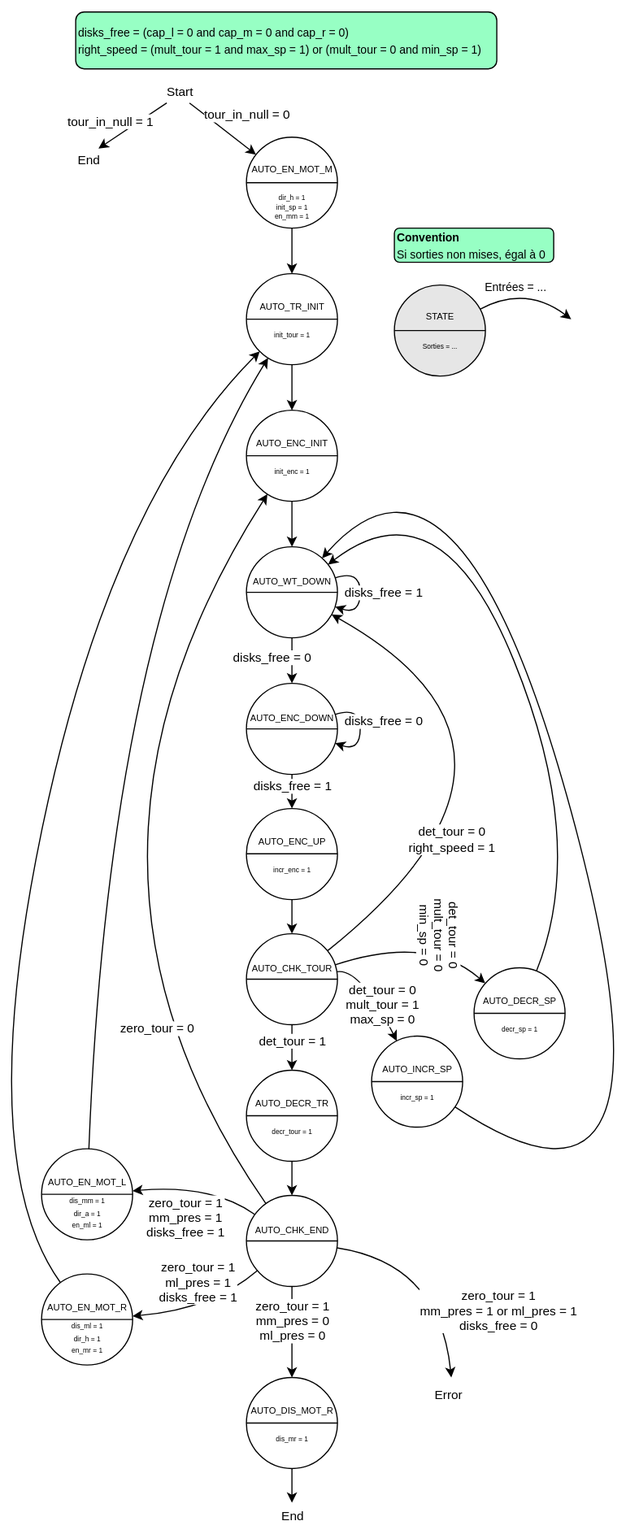
Above: doc/images/state_auto_sequence.svg in Schokiiiiiiii/csn26 (draw.io), before the change. Source tidied: cells renumbered, new cells last; positions are measured from the earlier drawing's top-left corner, leaving out a move shared by most shapes.
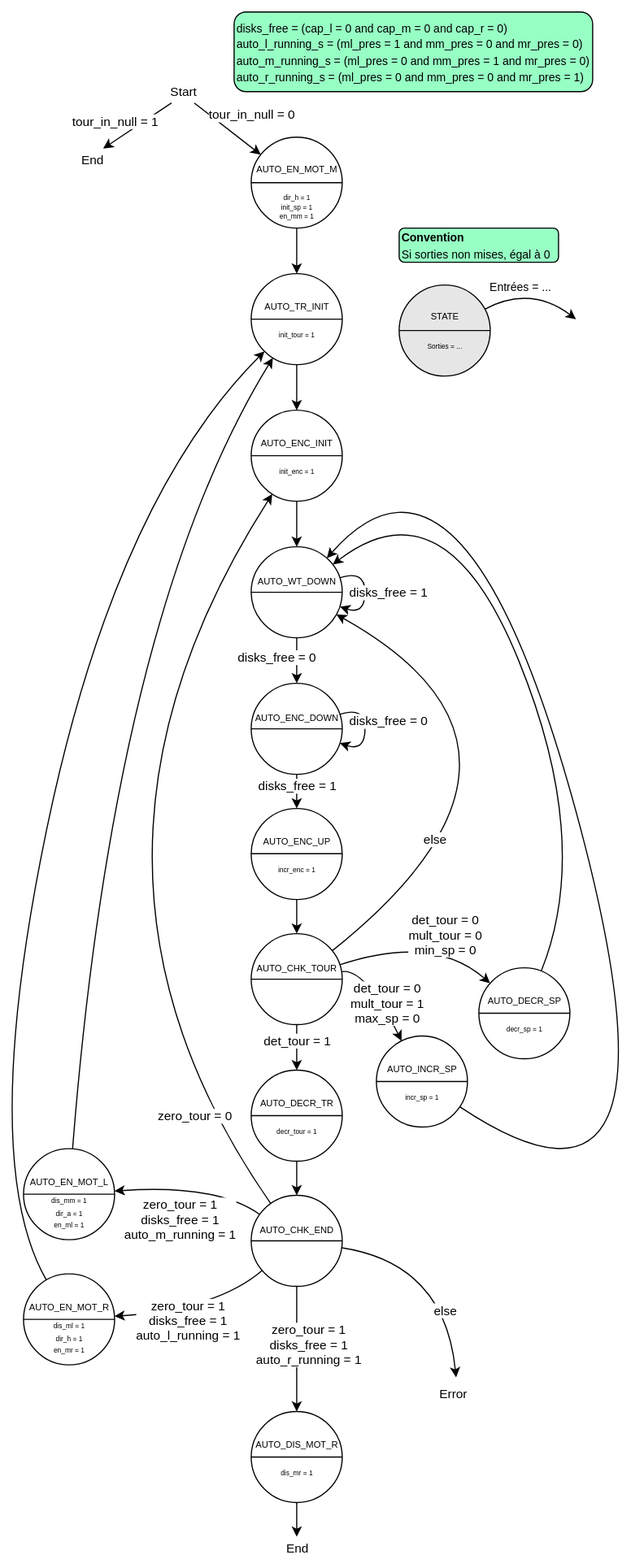
After the change.

What changed in the source:
```diff
@@ -18,8 +18,8 @@
         <mxPoint x="-21" y="-19" as="offset" />
       </mxGeometry>
     </mxCell>
-    <mxCell id="6" value="&lt;font style=&quot;font-size: 10px;&quot;&gt;disks_free =&amp;nbsp;&lt;span style=&quot;background-color: transparent; color: light-dark(rgb(0, 0, 0), rgb(255, 255, 255));&quot;&gt;(cap_l = 0 and cap_m = 0 and cap_r = 0)&lt;br&gt;&lt;/span&gt;&lt;/font&gt;&lt;div&gt;&lt;font style=&quot;font-size: 10px;&quot;&gt;&lt;font style=&quot;&quot;&gt;&lt;span style=&quot;background-color: transparent; color: light-dark(rgb(0, 0, 0), rgb(255, 255, 255));&quot;&gt;right_speed = (&lt;/span&gt;&lt;/font&gt;&lt;span style=&quot;text-align: center; text-wrap-mode: nowrap; background-color: transparent; color: light-dark(rgb(0, 0, 0), rgb(255, 255, 255));&quot;&gt;mult_tour = 1 and max_sp = 1)&amp;nbsp;&lt;/span&gt;&lt;span style=&quot;text-align: center; text-wrap-mode: nowrap; color: light-dark(rgb(0, 0, 0), rgb(255, 255, 255));&quot;&gt;or (mult_tour = 0 and min_sp = 1)&lt;/span&gt;&lt;/font&gt;&lt;/div&gt;" style="rounded=1;whiteSpace=wrap;html=1;align=left;fillColor=#97FFC4;" parent="1" vertex="1">
-      <mxGeometry x="90" width="370" height="50" as="geometry" />
+    <mxCell id="6" value="&lt;font style=&quot;font-size: 10px;&quot;&gt;disks_free =&amp;nbsp;&lt;span style=&quot;background-color: transparent; color: light-dark(rgb(0, 0, 0), rgb(255, 255, 255));&quot;&gt;(cap_l = 0 and cap_m = 0 and cap_r = 0)&lt;br&gt;&lt;/span&gt;&lt;/font&gt;&lt;div&gt;&lt;font style=&quot;&quot;&gt;&lt;font style=&quot;&quot;&gt;&lt;span style=&quot;background-color: transparent; font-size: 10px;&quot;&gt;auto_l_running_s&lt;/span&gt;&lt;span style=&quot;font-size: 10px; background-color: transparent; color: light-dark(rgb(0, 0, 0), rgb(255, 255, 255));&quot;&gt;&amp;nbsp;= (ml_pres = 1 and mm_pres = 0 and mr_pres = 0&lt;/span&gt;&lt;/font&gt;&lt;/font&gt;&lt;span style=&quot;background-color: transparent; color: light-dark(rgb(0, 0, 0), rgb(255, 255, 255)); font-size: 10px;&quot;&gt;)&lt;/span&gt;&lt;/div&gt;&lt;div&gt;&lt;span style=&quot;background-color: transparent; font-size: 10px;&quot;&gt;auto_m_running_s&lt;/span&gt;&lt;span style=&quot;background-color: transparent; color: light-dark(rgb(0, 0, 0), rgb(255, 255, 255)); font-size: 10px;&quot;&gt;&amp;nbsp;= (ml_pres = 0 and mm_pres = 1 and mr_pres = 0)&lt;/span&gt;&lt;/div&gt;&lt;div&gt;&lt;span style=&quot;background-color: transparent; font-size: 10px;&quot;&gt;auto_r_running_s&lt;/span&gt;&lt;span style=&quot;background-color: transparent; color: light-dark(rgb(0, 0, 0), rgb(255, 255, 255)); font-size: 10px;&quot;&gt;&amp;nbsp;= (ml_pres = 0 and mm_pres = 0 and mr_pres = 1)&lt;/span&gt;&lt;/div&gt;" style="rounded=1;whiteSpace=wrap;html=1;align=left;fillColor=#97FFC4;" parent="1" vertex="1">
+      <mxGeometry x="225" width="315" height="70" as="geometry" />
     </mxCell>
     <mxCell id="7" value="&lt;div style=&quot;line-height: 90%;&quot;&gt;&lt;span style=&quot;font-size: 8px; background-color: transparent; color: light-dark(rgb(0, 0, 0), rgb(255, 255, 255));&quot;&gt;STATE&lt;/span&gt;&lt;/div&gt;&lt;div style=&quot;line-height: 90%;&quot;&gt;&lt;span style=&quot;font-size: 8px; background-color: transparent; color: light-dark(rgb(0, 0, 0), rgb(255, 255, 255));&quot;&gt;&lt;br&gt;&lt;/span&gt;&lt;/div&gt;&lt;div style=&quot;line-height: 90%;&quot;&gt;&lt;div&gt;&lt;span style=&quot;font-size: 6px;&quot;&gt;Sorties = ...&lt;/span&gt;&lt;/div&gt;&lt;/div&gt;" style="ellipse;whiteSpace=wrap;html=1;fillColor=#E6E6E6;" parent="1" vertex="1">
       <mxGeometry x="370" y="240" width="80" height="80" as="geometry" />
@@ -105,19 +105,19 @@
       <mxGeometry relative="1" as="geometry" />
     </mxCell>
     <mxCell id="30" value="&lt;div style=&quot;line-height: 90%;&quot;&gt;&lt;span style=&quot;font-size: 8px;&quot;&gt;AUTO_DIS_MOT_R&lt;/span&gt;&lt;/div&gt;&lt;div style=&quot;line-height: 90%;&quot;&gt;&lt;span style=&quot;font-size: 8px; background-color: transparent; color: light-dark(rgb(0, 0, 0), rgb(255, 255, 255));&quot;&gt;&lt;br&gt;&lt;/span&gt;&lt;/div&gt;&lt;div style=&quot;line-height: 70%;&quot;&gt;&lt;span style=&quot;font-size: 6px;&quot;&gt;dis_mr = 1&lt;/span&gt;&lt;/div&gt;" style="ellipse;whiteSpace=wrap;html=1;" parent="1" vertex="1">
-      <mxGeometry x="240" y="1200" width="80" height="80" as="geometry" />
+      <mxGeometry x="240" y="1230" width="80" height="80" as="geometry" />
     </mxCell>
     <mxCell id="31" style="endArrow=none;html=1;rounded=0;exitX=0;exitY=0.5;exitDx=0;exitDy=0;entryX=1;entryY=0.5;entryDx=0;entryDy=0;" parent="1" edge="1" source="30" target="30">
       <mxGeometry relative="1" as="geometry" />
     </mxCell>
     <mxCell id="32" value="&lt;div style=&quot;line-height: 90%;&quot;&gt;&lt;br&gt;&lt;/div&gt;&lt;div style=&quot;line-height: 90%;&quot;&gt;&lt;div style=&quot;line-height: 10.8px;&quot;&gt;&lt;span style=&quot;font-size: 8px; line-height: 20px;&quot;&gt;AUTO_EN_MOT_R&lt;/span&gt;&lt;/div&gt;&lt;div style=&quot;line-height: 8.4px;&quot;&gt;&lt;span style=&quot;font-size: 6px;&quot;&gt;dis_ml = 1&lt;/span&gt;&lt;/div&gt;&lt;div style=&quot;line-height: 8.4px;&quot;&gt;&lt;span style=&quot;font-size: 6px;&quot;&gt;dir_h = 1&lt;/span&gt;&lt;/div&gt;&lt;div style=&quot;line-height: 8.4px;&quot;&gt;&lt;span style=&quot;font-size: 6px;&quot;&gt;en_mr = 1&lt;/span&gt;&lt;/div&gt;&lt;/div&gt;" style="ellipse;whiteSpace=wrap;html=1;" parent="1" vertex="1">
-      <mxGeometry x="60" y="1109" width="80" height="80" as="geometry" />
+      <mxGeometry x="40" y="1109" width="80" height="80" as="geometry" />
     </mxCell>
     <mxCell id="33" style="endArrow=none;html=1;rounded=0;exitX=0;exitY=0.5;exitDx=0;exitDy=0;entryX=1;entryY=0.5;entryDx=0;entryDy=0;" parent="1" edge="1" source="32" target="32">
       <mxGeometry relative="1" as="geometry" />
     </mxCell>
     <mxCell id="34" value="&lt;div style=&quot;line-height: 90%;&quot;&gt;&lt;br&gt;&lt;/div&gt;&lt;div style=&quot;line-height: 90%;&quot;&gt;&lt;span style=&quot;font-size: 8px; line-height: 250%;&quot;&gt;AUTO_EN_MOT_L&lt;/span&gt;&lt;/div&gt;&lt;div style=&quot;line-height: 70%;&quot;&gt;&lt;span style=&quot;font-size: 6px;&quot;&gt;dis_mm = 1&lt;/span&gt;&lt;/div&gt;&lt;div style=&quot;line-height: 70%;&quot;&gt;&lt;span style=&quot;font-size: 6px;&quot;&gt;dir_a = 1&lt;/span&gt;&lt;/div&gt;&lt;div style=&quot;line-height: 70%;&quot;&gt;&lt;span style=&quot;font-size: 6px;&quot;&gt;en_ml = 1&lt;/span&gt;&lt;/div&gt;" style="ellipse;whiteSpace=wrap;html=1;" parent="1" vertex="1">
-      <mxGeometry x="60" y="999" width="80" height="80" as="geometry" />
+      <mxGeometry x="40" y="999" width="80" height="80" as="geometry" />
     </mxCell>
     <mxCell id="35" style="endArrow=none;html=1;rounded=0;exitX=0;exitY=0.5;exitDx=0;exitDy=0;entryX=1;entryY=0.5;entryDx=0;entryDy=0;elbow=horizontal;" parent="1" edge="1" source="34" target="34">
       <mxGeometry relative="1" as="geometry" />
@@ -169,7 +169,7 @@
         </Array>
       </mxGeometry>
     </mxCell>
-    <mxCell id="45" value="&lt;div&gt;det_tour = 0&lt;/div&gt;&lt;div&gt;mult_tour = 0&lt;/div&gt;&lt;div&gt;min_sp = 0&lt;/div&gt;" style="edgeLabel;html=1;align=center;verticalAlign=middle;rotation=90;" parent="44" vertex="1">
+    <mxCell id="45" value="&lt;div&gt;det_tour = 0&lt;/div&gt;&lt;div&gt;mult_tour = 0&lt;/div&gt;&lt;div&gt;min_sp = 0&lt;/div&gt;" style="edgeLabel;html=1;align=center;verticalAlign=middle;rotation=0;" parent="44" vertex="1">
       <mxGeometry x="0.39" y="-9" relative="1" as="geometry">
         <mxPoint x="1" y="-19" as="offset" />
       </mxGeometry>
@@ -210,8 +210,10 @@
         <mxPoint y="-7" as="offset" />
       </mxGeometry>
     </mxCell>
-    <mxCell id="54" value="&lt;div&gt;det_tour = 0&lt;/div&gt;right_speed = 1" style="edgeLabel;html=1;align=center;verticalAlign=middle;" parent="52" vertex="1">
-      <mxGeometry x="-0.45" y="9" relative="1" as="geometry" />
+    <mxCell id="54" value="else" style="edgeLabel;html=1;align=center;verticalAlign=middle;" parent="52" vertex="1">
+      <mxGeometry x="-0.45" y="9" relative="1" as="geometry">
+        <mxPoint x="-19" as="offset" />
+      </mxGeometry>
     </mxCell>
     <mxCell id="55" style="curved=1;endArrow=classic;html=1;rounded=0;" parent="1" edge="1" source="26" target="46">
       <mxGeometry relative="1" as="geometry">
@@ -237,13 +239,17 @@
       </mxGeometry>
     </mxCell>
     <mxCell id="58" value="zero_tour = 0" style="edgeLabel;html=1;align=center;verticalAlign=middle;" parent="57" vertex="1">
-      <mxGeometry x="-0.52" y="-9" relative="1" as="geometry" />
+      <mxGeometry x="-0.52" y="-9" relative="1" as="geometry">
+        <mxPoint x="29" y="77" as="offset" />
+      </mxGeometry>
     </mxCell>
     <mxCell id="59" style="endArrow=classic;html=1;rounded=0;" parent="1" edge="1" source="24" target="30">
       <mxGeometry relative="1" as="geometry" />
     </mxCell>
-    <mxCell id="60" value="zero_tour = 1&lt;div&gt;mm_pres = 0&lt;/div&gt;&lt;div&gt;ml_pres = 0&lt;/div&gt;" style="edgeLabel;html=1;align=center;verticalAlign=middle;" parent="59" vertex="1">
-      <mxGeometry x="-0.25" relative="1" as="geometry" />
+    <mxCell id="60" value="zero_tour = 1&lt;div&gt;disks_free = 1&lt;/div&gt;&lt;div&gt;auto_r_running = 1&lt;/div&gt;" style="edgeLabel;html=1;align=center;verticalAlign=middle;" parent="59" vertex="1">
+      <mxGeometry x="-0.25" relative="1" as="geometry">
+        <mxPoint x="10" y="9" as="offset" />
+      </mxGeometry>
     </mxCell>
     <mxCell id="61" style="curved=1;endArrow=classic;html=1;rounded=0;" parent="1" edge="1" source="24" target="32">
       <mxGeometry relative="1" as="geometry">
@@ -252,9 +258,9 @@
         </Array>
       </mxGeometry>
     </mxCell>
-    <mxCell id="62" value="zero_tour = 1&lt;div&gt;ml_pres = 1&lt;/div&gt;&lt;div&gt;disks_free = 1&lt;/div&gt;" style="edgeLabel;html=1;align=center;verticalAlign=middle;" parent="61" vertex="1">
+    <mxCell id="62" value="zero_tour = 1&lt;div&gt;disks_free = 1&lt;/div&gt;&lt;div&gt;auto_l_running = 1&lt;/div&gt;" style="edgeLabel;html=1;align=center;verticalAlign=middle;" parent="61" vertex="1">
       <mxGeometry x="0.27" y="-4" relative="1" as="geometry">
-        <mxPoint x="12" y="-23" as="offset" />
+        <mxPoint x="12" y="11" as="offset" />
       </mxGeometry>
     </mxCell>
     <mxCell id="63" style="curved=1;endArrow=classic;html=1;rounded=0;" parent="1" edge="1" source="24" target="34">
@@ -264,9 +270,9 @@
         </Array>
       </mxGeometry>
     </mxCell>
-    <mxCell id="64" value="zero_tour = 1&lt;div&gt;mm_pres = 1&lt;/div&gt;&lt;div&gt;disks_free = 1&lt;/div&gt;" style="edgeLabel;html=1;align=center;verticalAlign=middle;" parent="63" vertex="1">
+    <mxCell id="64" value="zero_tour = 1&lt;div&gt;disks_free = 1&lt;/div&gt;&lt;div&gt;auto_m_running = 1&lt;/div&gt;" style="edgeLabel;html=1;align=center;verticalAlign=middle;" parent="63" vertex="1">
       <mxGeometry x="0.37" y="7" relative="1" as="geometry">
-        <mxPoint x="8" y="19" as="offset" />
+        <mxPoint x="13" y="20" as="offset" />
       </mxGeometry>
     </mxCell>
     <mxCell id="65" style="curved=1;endArrow=classic;html=1;rounded=0;" parent="1" edge="1" source="34" target="16">
@@ -302,9 +308,9 @@
         <mxPoint x="7" y="47" as="offset" />
       </mxGeometry>
     </mxCell>
-    <mxCell id="70" value="zero_tour = 1&lt;div&gt;mm_pres = 1 or ml_pres = 1&lt;/div&gt;&lt;div&gt;disks_free = 0&lt;/div&gt;" style="edgeLabel;html=1;align=center;verticalAlign=middle;" parent="68" vertex="1">
+    <mxCell id="70" value="&lt;div&gt;else&lt;/div&gt;" style="edgeLabel;html=1;align=center;verticalAlign=middle;" parent="68" vertex="1">
       <mxGeometry x="0.49" y="-11" relative="1" as="geometry">
-        <mxPoint x="56" y="-11" as="offset" />
+        <mxPoint x="6" y="-11" as="offset" />
       </mxGeometry>
     </mxCell>
     <mxCell id="71" value="&lt;div style=&quot;line-height: 90%;&quot;&gt;&lt;span style=&quot;font-size: 8px;&quot;&gt;AUTO_ENC_UP&lt;/span&gt;&lt;/div&gt;&lt;div style=&quot;line-height: 90%;&quot;&gt;&lt;span style=&quot;font-size: 8px; background-color: transparent; color: light-dark(rgb(0, 0, 0), rgb(255, 255, 255));&quot;&gt;&lt;br&gt;&lt;/span&gt;&lt;/div&gt;&lt;div style=&quot;line-height: 70%;&quot;&gt;&lt;span style=&quot;font-size: 6px;&quot;&gt;incr_enc = 1&lt;/span&gt;&lt;/div&gt;" style="ellipse;whiteSpace=wrap;html=1;" parent="1" vertex="1">
@@ -336,7 +342,7 @@
     </mxCell>
     <mxCell id="79" style="endArrow=classic;html=1;rounded=0;" parent="1" edge="1" source="30">
       <mxGeometry relative="1" as="geometry">
-        <mxPoint x="280" y="1310" as="targetPoint" />
+        <mxPoint x="280" y="1340" as="targetPoint" />
       </mxGeometry>
     </mxCell>
     <mxCell id="80" value="End" style="edgeLabel;html=1;align=center;verticalAlign=middle;" parent="79" vertex="1">
```
